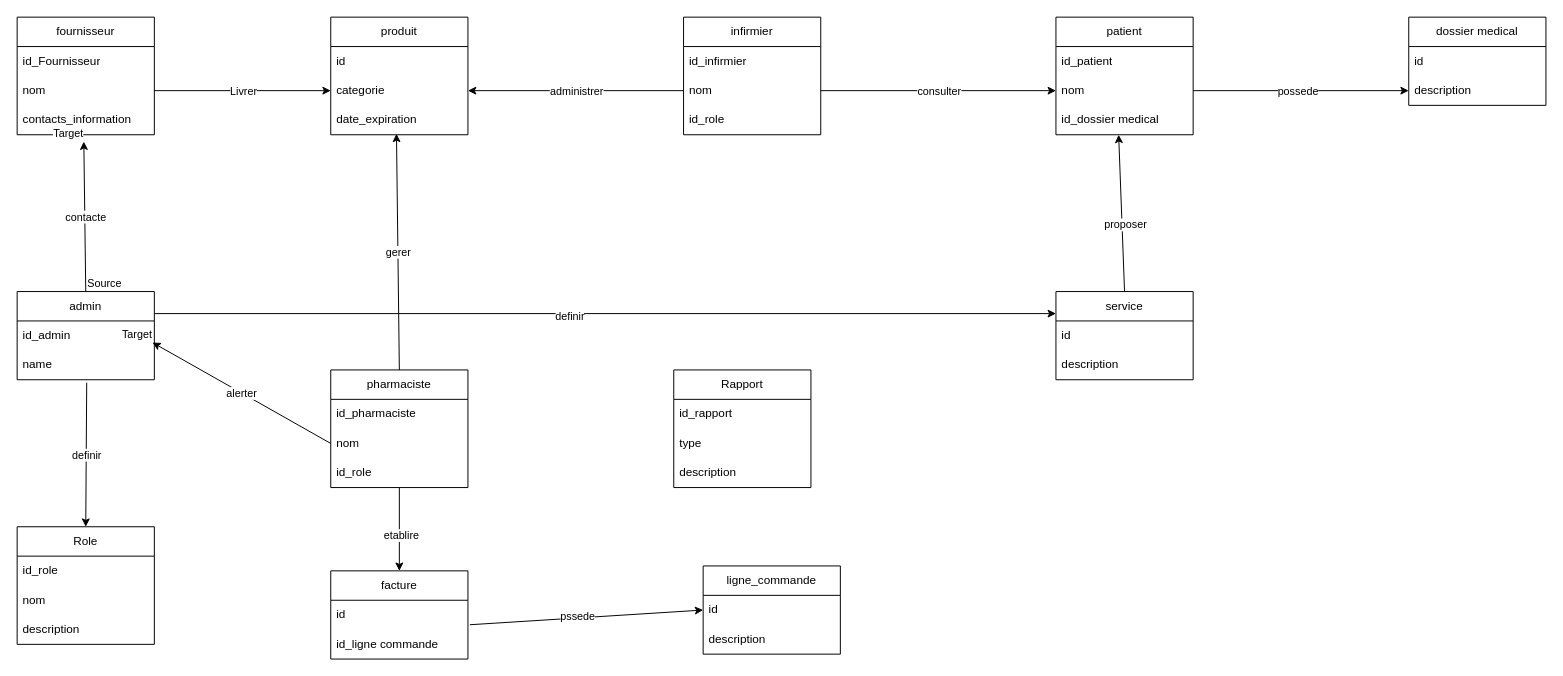
The draw.io diagram page "class Diagram" (1 of 5) of Untitled Diagram.drawio in arseneRuben/CinsolManagement, before the edit. Source tidied: cells renumbered, new cells numbered last; positions are measured from the earlier drawing's top-left corner, leaving out a move shared by most shapes. Both pictures are drawn from the tidied source at 98%, with x=0, y=0 at pixel (17, 17).
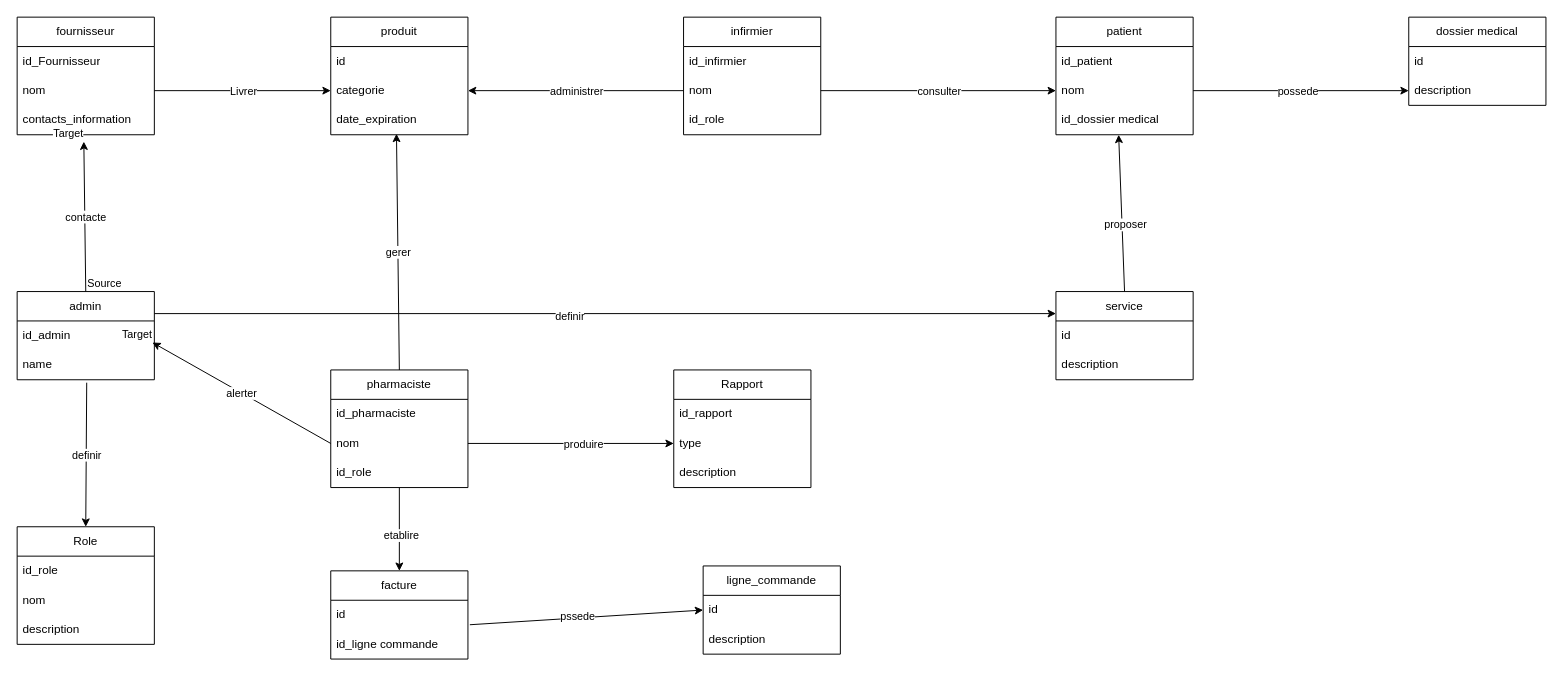
The same diagram, later.

Commit message:
Mettre à jour Untitled Diagram.drawio

Unchanged cells that the change refers to:
```xml
<mxCell id="21" value="nom" style="text;strokeColor=none;fillColor=none;align=left;verticalAlign=middle;spacingLeft=4;spacingRight=4;overflow=hidden;points=[[0,0.5],[1,0.5]];portConstraint=eastwest;whiteSpace=wrap;html=1;" parent="19" vertex="1">
  <mxGeometry y="60" width="140" height="30" as="geometry" />
</mxCell>
<mxCell id="70" value="type" style="text;strokeColor=none;fillColor=none;align=left;verticalAlign=middle;spacingLeft=4;spacingRight=4;overflow=hidden;points=[[0,0.5],[1,0.5]];portConstraint=eastwest;whiteSpace=wrap;html=1;" parent="68" vertex="1">
  <mxGeometry y="60" width="140" height="30" as="geometry" />
</mxCell>
```

Diff of the diagram source:
```diff
@@
+    <mxCell id="72" style="endArrow=classic;html=1;rounded=0;exitX=1;exitY=0.5;exitDx=0;exitDy=0;entryX=0;entryY=0.5;entryDx=0;entryDy=0;" parent="1" edge="1" source="21" target="70">
+      <mxGeometry relative="1" as="geometry" />
+    </mxCell>
+    <mxCell id="73" value="produire" style="edgeLabel;html=1;align=center;verticalAlign=middle;" parent="72" vertex="1">
+      <mxGeometry x="0.11" relative="1" as="geometry" />
+    </mxCell>
```
